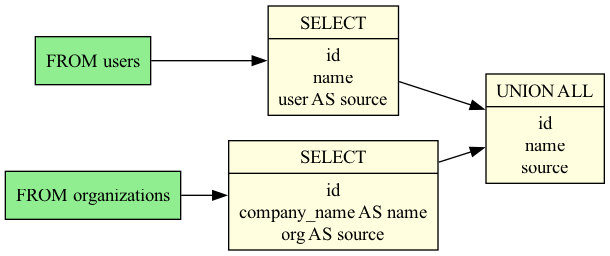
Above: examples/union_query.png in rot1024/sqloflow (Graphviz), before the change. Its source is kept beside it as examples/union_query.dot.
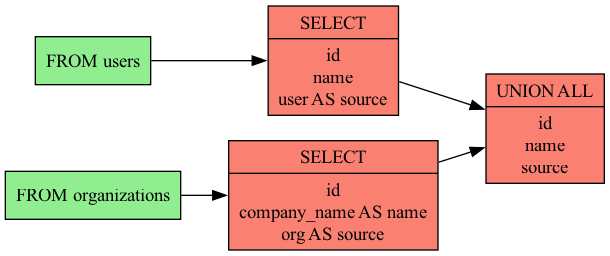
The same diagram one commit later.

The edit, as a diff of the source:
```diff
@@ -5,9 +5,9 @@
   node_0 [label="FROM users", style=filled, fillcolor=lightgreen];
   node_3 [label="FROM organizations", style=filled, fillcolor=lightgreen];
 
-  node_1 [label="SELECT|id\nname\nuser AS source", style=filled, fillcolor=lightyellow];
-  node_2 [label="UNION ALL|id\nname\nsource", style=filled, fillcolor=lightyellow];
-  node_4 [label="SELECT|id\ncompany_name AS name\norg AS source", style=filled, fillcolor=lightyellow];
+  node_1 [label="SELECT|id\nname\nuser AS source", style=filled, fillcolor=salmon];
+  node_2 [label="UNION ALL|id\nname\nsource", style=filled, fillcolor=salmon];
+  node_4 [label="SELECT|id\ncompany_name AS name\norg AS source", style=filled, fillcolor=salmon];
 
 
   node_0 -> node_1;
```
